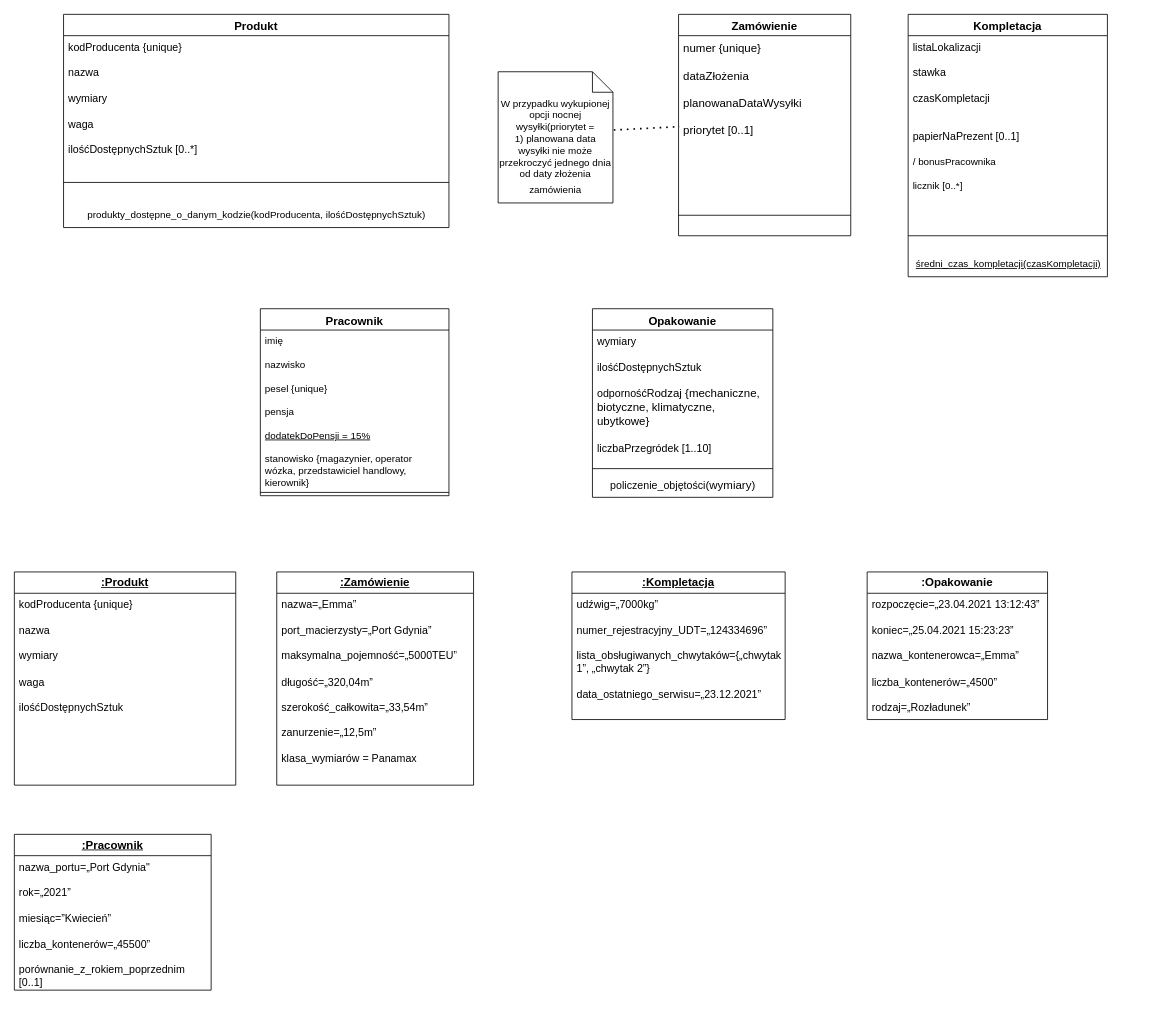
mateusz-nowacki/uml-projects keeps this draw.io diagram as pri_dk_nowacki_mateuszs26264.drawio. Above is the earlier version. Source tidied: cells renumbered, new cells numbered last; positions are measured from the earlier drawing's top-left corner, leaving out a move shared by most shapes. Both pictures are drawn from the tidied source at 82%, with x=0, y=0 at pixel (14, 14).
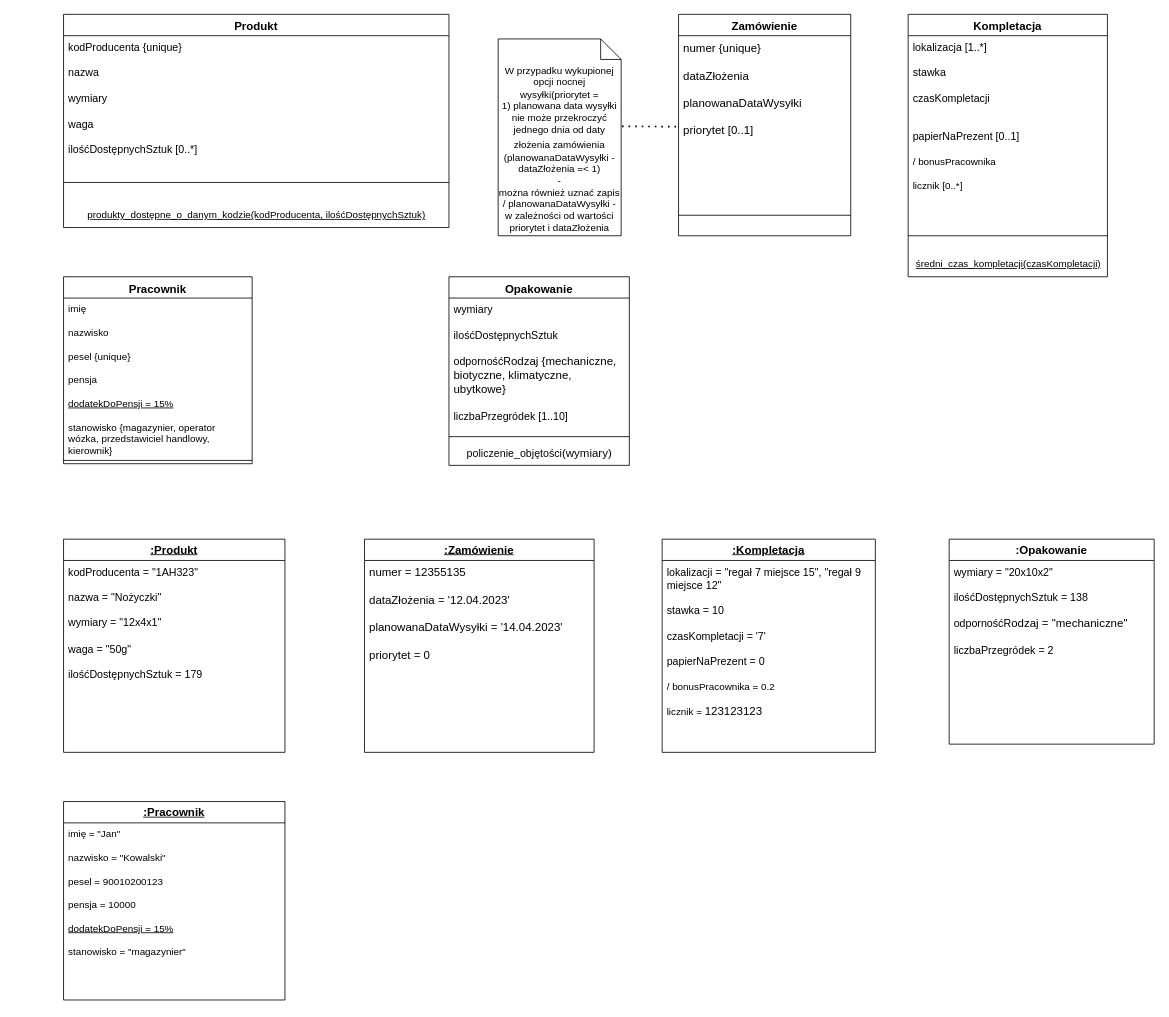
Above is the later version.

Unchanged cells that the change refers to:
```xml
<mxCell id="8" value="&lt;font style=&quot;font-size: 14px;&quot;&gt;Produkt&lt;/font&gt;" style="swimlane;fontStyle=1;align=center;verticalAlign=top;horizontal=1;startSize=26;whiteSpace=wrap;html=1;" parent="1" vertex="1">
  <mxGeometry x="60" width="470" height="260" as="geometry" />
</mxCell>
<mxCell id="12" value="&lt;span style=&quot;font-size: 14px;&quot;&gt;Kompletacja&lt;/span&gt;" style="swimlane;fontStyle=1;align=center;verticalAlign=top;horizontal=1;startSize=26;whiteSpace=wrap;html=1;" parent="1" vertex="1">
  <mxGeometry x="1090" width="243" height="320" as="geometry" />
</mxCell>
```

The edit, as a diff of the source:
```diff
@@
     <mxCell id="2" value="&lt;font style=&quot;font-size: 14px;&quot;&gt;Pracownik&lt;/font&gt;" style="swimlane;fontStyle=1;align=center;verticalAlign=top;horizontal=1;startSize=26;whiteSpace=wrap;html=1;" parent="1" vertex="1">
-      <mxGeometry x="300" y="359" width="230" height="228" as="geometry" />
+      <mxGeometry x="60" y="320" width="230" height="228" as="geometry" />
     </mxCell>
@@
-    <mxCell id="11" value="produkty_dostępne_o_danym_kodzie(kodProducenta, ilośćDostępnychSztuk)" style="text;html=1;align=center;verticalAlign=middle;strokeColor=none;fillColor=none;" parent="8" vertex="1">
+    <mxCell id="11" value="&lt;u&gt;produkty_dostępne_o_danym_kodzie(kodProducenta, ilośćDostępnychSztuk)&lt;/u&gt;" style="text;html=1;align=center;verticalAlign=middle;strokeColor=none;fillColor=none;" parent="8" vertex="1">
       <mxGeometry y="230" width="470" height="30" as="geometry" />
     </mxCell>
@@
-    <mxCell id="13" value="&lt;font style=&quot;font-size: 13px;&quot;&gt;listaLokalizacji&lt;/font&gt;&lt;div&gt;&lt;font style=&quot;font-size: 13px;&quot;&gt;&lt;br&gt;stawka&amp;nbsp;&lt;br&gt;&lt;br&gt;&lt;/font&gt;&lt;/div&gt;&lt;div&gt;&lt;font style=&quot;font-size: 13px;&quot;&gt;czasKompletacji&lt;/font&gt;&lt;/div&gt;&lt;div&gt;&lt;font style=&quot;font-size: 13px;&quot;&gt;&lt;br&gt;&lt;br&gt;&lt;/font&gt;&lt;/div&gt;&lt;div&gt;&lt;font style=&quot;font-size: 13px;&quot;&gt;papierNaPrezent [0..1]&lt;br&gt;&lt;br&gt;&lt;/font&gt;&lt;/div&gt;&lt;div&gt;/ bonusPracownika&lt;/div&gt;&lt;div&gt;&lt;br&gt;&lt;/div&gt;&lt;div&gt;licznik [0..*]&lt;/div&gt;" style="text;strokeColor=none;fillColor=none;align=left;verticalAlign=top;spacingLeft=4;spacingRight=4;overflow=hidden;whiteSpace=wrap;html=1;" parent="12" vertex="1">
+    <mxCell id="13" value="&lt;font style=&quot;font-size: 13px;&quot;&gt;lokalizacja [1..*]&lt;/font&gt;&lt;div&gt;&lt;font style=&quot;font-size: 13px;&quot;&gt;&lt;br&gt;stawka&amp;nbsp;&lt;br&gt;&lt;br&gt;&lt;/font&gt;&lt;/div&gt;&lt;div&gt;&lt;font style=&quot;font-size: 13px;&quot;&gt;czasKompletacji&lt;/font&gt;&lt;/div&gt;&lt;div&gt;&lt;font style=&quot;font-size: 13px;&quot;&gt;&lt;br&gt;&lt;br&gt;&lt;/font&gt;&lt;/div&gt;&lt;div&gt;&lt;font style=&quot;font-size: 13px;&quot;&gt;papierNaPrezent [0..1]&lt;br&gt;&lt;br&gt;&lt;/font&gt;&lt;/div&gt;&lt;div&gt;/ bonusPracownika&lt;/div&gt;&lt;div&gt;&lt;br&gt;&lt;/div&gt;&lt;div&gt;licznik [0..*]&lt;/div&gt;" style="text;strokeColor=none;fillColor=none;align=left;verticalAlign=top;spacingLeft=4;spacingRight=4;overflow=hidden;whiteSpace=wrap;html=1;" parent="12" vertex="1">
       <mxGeometry y="26" width="243" height="224" as="geometry" />
     </mxCell>
@@
     <mxCell id="16" value="&lt;font style=&quot;font-size: 14px;&quot;&gt;Opakowanie&lt;/font&gt;" style="swimlane;fontStyle=1;align=center;verticalAlign=top;horizontal=1;startSize=26;whiteSpace=wrap;html=1;" parent="1" vertex="1">
-      <mxGeometry x="705" y="359" width="220" height="230" as="geometry" />
+      <mxGeometry x="530" y="320" width="220" height="230" as="geometry" />
     </mxCell>
@@
     <mxCell id="20" value="&lt;span style=&quot;text-align: left;&quot;&gt;&lt;font style=&quot;font-size: 14px;&quot;&gt;&lt;b&gt;&lt;u&gt;:Produkt&lt;/u&gt;&lt;/b&gt;&lt;/font&gt;&lt;/span&gt;" style="swimlane;fontStyle=0;horizontal=1;startSize=26;fillColor=none;whiteSpace=wrap;html=1;" parent="1" vertex="1">
-      <mxGeometry y="680" width="270" height="260" as="geometry" />
+      <mxGeometry x="60" y="640" width="270" height="260" as="geometry" />
     </mxCell>
-    <mxCell id="21" value="&lt;div style=&quot;font-size: 13px;&quot;&gt;kodProducenta {unique}&lt;br&gt;&lt;br&gt;nazwa&lt;br&gt;&lt;br&gt;wymiary&lt;br&gt;&lt;br&gt;waga&lt;br&gt;&lt;br&gt;&lt;div style=&quot;font-size: 12px;&quot;&gt;&lt;font style=&quot;font-size: 13px;&quot;&gt;ilośćDostępnychSztuk&lt;/font&gt;&lt;/div&gt;&lt;/div&gt;" style="text;strokeColor=none;fillColor=none;align=left;verticalAlign=top;spacingLeft=4;spacingRight=4;overflow=hidden;whiteSpace=wrap;html=1;" parent="20" vertex="1">
+    <mxCell id="21" value="&lt;div style=&quot;font-size: 13px;&quot;&gt;kodProducenta = &quot;1AH323&quot;&lt;br&gt;&lt;br&gt;nazwa = &quot;Nożyczki&quot;&lt;br&gt;&lt;br&gt;wymiary = &quot;12x4x1&quot;&lt;br&gt;&lt;br&gt;waga = &quot;50g&quot;&lt;br&gt;&lt;br&gt;&lt;div style=&quot;font-size: 12px;&quot;&gt;&lt;font style=&quot;font-size: 13px;&quot;&gt;ilośćDostępnychSztuk = 179&lt;/font&gt;&lt;/div&gt;&lt;/div&gt;" style="text;strokeColor=none;fillColor=none;align=left;verticalAlign=top;spacingLeft=4;spacingRight=4;overflow=hidden;whiteSpace=wrap;html=1;" parent="20" vertex="1">
       <mxGeometry y="26" width="270" height="234" as="geometry" />
     </mxCell>
     <mxCell id="22" value="&lt;span style=&quot;text-align: left;&quot;&gt;&lt;font style=&quot;font-size: 14px;&quot;&gt;&lt;b&gt;&lt;u&gt;:Zamówienie&lt;/u&gt;&lt;/b&gt;&lt;/font&gt;&lt;/span&gt;" style="swimlane;fontStyle=0;horizontal=1;startSize=26;fillColor=none;whiteSpace=wrap;html=1;" parent="1" vertex="1">
-      <mxGeometry x="320" y="680" width="240" height="260" as="geometry" />
+      <mxGeometry x="427" y="640" width="280" height="260" as="geometry" />
     </mxCell>
-    <mxCell id="23" value="&lt;font style=&quot;font-size: 13px;&quot;&gt;nazwa=„Emma”&lt;/font&gt;&lt;div&gt;&lt;font style=&quot;font-size: 13px;&quot;&gt;&lt;br&gt;port_macierzysty=„Port Gdynia”&amp;nbsp;&lt;/font&gt;&lt;/div&gt;&lt;div&gt;&lt;font style=&quot;font-size: 13px;&quot;&gt;&lt;br&gt;maksymalna_pojemność=„5000TEU”&lt;/font&gt;&lt;/div&gt;&lt;div&gt;&lt;font style=&quot;font-size: 13px;&quot;&gt;&lt;br&gt;długość=„320,04m”&lt;/font&gt;&lt;/div&gt;&lt;div&gt;&lt;font style=&quot;font-size: 13px;&quot;&gt;&lt;br&gt;szerokość_całkowita=„33,54m”&lt;/font&gt;&lt;/div&gt;&lt;div&gt;&lt;font style=&quot;font-size: 13px;&quot;&gt;&lt;br&gt;zanurzenie=„12,5m”&lt;/font&gt;&lt;/div&gt;&lt;div&gt;&lt;font style=&quot;font-size: 13px;&quot;&gt;&lt;br&gt;klasa_wymiarów = Panamax&lt;/font&gt;&lt;/div&gt;" style="text;strokeColor=none;fillColor=none;align=left;verticalAlign=top;spacingLeft=4;spacingRight=4;overflow=hidden;whiteSpace=wrap;html=1;" parent="22" vertex="1">
-      <mxGeometry y="26" width="240" height="234" as="geometry" />
+    <mxCell id="23" value="&lt;font style=&quot;font-size: 14px;&quot;&gt;numer = 12355135&lt;br&gt;&lt;br&gt;dataZłożenia = '12.04.2023'&lt;br&gt;&lt;br&gt;planowanaDataWysyłki = '14.04.2023'&lt;/font&gt;&lt;div&gt;&lt;font style=&quot;font-size: 14px;&quot;&gt;&lt;br&gt;&lt;/font&gt;&lt;/div&gt;&lt;div&gt;&lt;font style=&quot;font-size: 14px;&quot;&gt;priorytet = 0&lt;/font&gt;&lt;/div&gt;" style="text;strokeColor=none;fillColor=none;align=left;verticalAlign=top;spacingLeft=4;spacingRight=4;overflow=hidden;whiteSpace=wrap;html=1;" parent="22" vertex="1">
+      <mxGeometry y="26" width="280" height="234" as="geometry" />
     </mxCell>
     <mxCell id="24" value="&lt;span style=&quot;font-size: 14px; text-align: left;&quot;&gt;&lt;b&gt;&lt;u&gt;:Kompletacja&lt;/u&gt;&lt;/b&gt;&lt;/span&gt;" style="swimlane;fontStyle=0;horizontal=1;startSize=26;fillColor=none;whiteSpace=wrap;html=1;" parent="1" vertex="1">
-      <mxGeometry x="680" y="680" width="260" height="180" as="geometry" />
+      <mxGeometry x="790" y="640" width="260" height="260" as="geometry" />
     </mxCell>
-    <mxCell id="25" value="&lt;font style=&quot;font-size: 13px;&quot;&gt;udźwig=„7000kg”&lt;/font&gt;&lt;div&gt;&lt;font style=&quot;font-size: 13px;&quot;&gt;&lt;br&gt;numer_rejestracyjny_UDT=„124334696”&lt;/font&gt;&lt;/div&gt;&lt;div&gt;&lt;font style=&quot;font-size: 13px;&quot;&gt;&lt;br&gt;lista_obsługiwanych_chwytaków={„chwytak 1”, „chwytak 2”}&lt;/font&gt;&lt;/div&gt;&lt;div&gt;&lt;font style=&quot;font-size: 13px;&quot;&gt;&lt;br&gt;data_ostatniego_serwisu=„23.12.2021”&lt;/font&gt;&lt;/div&gt;" style="text;strokeColor=none;fillColor=none;align=left;verticalAlign=top;spacingLeft=4;spacingRight=4;overflow=hidden;whiteSpace=wrap;html=1;" parent="24" vertex="1">
-      <mxGeometry y="26" width="260" height="154" as="geometry" />
+    <mxCell id="25" value="&lt;font style=&quot;font-size: 13px;&quot;&gt;lokalizacji = &quot;regał 7 miejsce 15&quot;,&amp;nbsp;&lt;/font&gt;&lt;span style=&quot;font-size: 13px;&quot;&gt;&quot;regał 9 miejsce 12&quot;&lt;/span&gt;&lt;div&gt;&lt;font style=&quot;font-size: 13px;&quot;&gt;&lt;br&gt;stawka = 10&lt;br&gt;&lt;br&gt;&lt;/font&gt;&lt;/div&gt;&lt;div&gt;&lt;font style=&quot;font-size: 13px;&quot;&gt;czasKompletacji = '7'&lt;/font&gt;&lt;/div&gt;&lt;div&gt;&lt;font style=&quot;font-size: 13px;&quot;&gt;&lt;br&gt;&lt;/font&gt;&lt;/div&gt;&lt;div&gt;&lt;font style=&quot;font-size: 13px;&quot;&gt;papierNaPrezent = 0&lt;br&gt;&lt;br&gt;&lt;/font&gt;&lt;/div&gt;&lt;div&gt;/ bonusPracownika = 0.2&lt;/div&gt;&lt;div&gt;&lt;br&gt;&lt;/div&gt;&lt;div&gt;licznik =&amp;nbsp;&lt;span style=&quot;font-size: 14px;&quot;&gt;123123123&lt;/span&gt;&lt;/div&gt;" style="text;strokeColor=none;fillColor=none;align=left;verticalAlign=top;spacingLeft=4;spacingRight=4;overflow=hidden;whiteSpace=wrap;html=1;" parent="24" vertex="1">
+      <mxGeometry y="26" width="260" height="234" as="geometry" />
     </mxCell>
     <mxCell id="26" value="&lt;span style=&quot;font-size: 14px; text-align: left;&quot;&gt;&lt;b&gt;&lt;u&gt;:Pracownik&lt;/u&gt;&lt;/b&gt;&lt;/span&gt;" style="swimlane;fontStyle=0;horizontal=1;startSize=26;fillColor=none;whiteSpace=wrap;html=1;" parent="1" vertex="1">
-      <mxGeometry y="1000" width="240" height="190" as="geometry" />
+      <mxGeometry x="60" y="960" width="270" height="242" as="geometry" />
     </mxCell>
-    <mxCell id="27" value="&lt;font style=&quot;font-size: 13px;&quot;&gt;nazwa_portu=„Port Gdynia&quot;&lt;/font&gt;&lt;div&gt;&lt;font style=&quot;font-size: 13px;&quot;&gt;&lt;br&gt;rok=„2021”&lt;/font&gt;&lt;/div&gt;&lt;div&gt;&lt;font style=&quot;font-size: 13px;&quot;&gt;&amp;nbsp;&lt;br&gt;miesiąc=”Kwiecień”&lt;/font&gt;&lt;/div&gt;&lt;div&gt;&lt;font style=&quot;font-size: 13px;&quot;&gt;&lt;br&gt;liczba_kontenerów=„45500”&lt;/font&gt;&lt;/div&gt;&lt;div&gt;&lt;font style=&quot;font-size: 13px;&quot;&gt;&lt;br&gt;porównanie_z_rokiem_poprzednim [0..1]&lt;/font&gt;&lt;/div&gt;" style="text;strokeColor=none;fillColor=none;align=left;verticalAlign=top;spacingLeft=4;spacingRight=4;overflow=hidden;whiteSpace=wrap;html=1;" parent="26" vertex="1">
-      <mxGeometry y="26" width="240" height="164" as="geometry" />
+    <mxCell id="27" value="imię = &quot;Jan&quot;&lt;div&gt;&lt;br&gt;&lt;/div&gt;&lt;div&gt;nazwisko = &quot;Kowalski&quot;&lt;/div&gt;&lt;div&gt;&lt;br&gt;&lt;/div&gt;&lt;div&gt;pesel = 90010200123&lt;/div&gt;&lt;div&gt;&lt;br&gt;&lt;/div&gt;&lt;div&gt;pensja = 10000&lt;/div&gt;&lt;div&gt;&lt;br&gt;&lt;/div&gt;&lt;div&gt;&lt;u&gt;dodatekDoPensji = 15%&lt;/u&gt;&lt;/div&gt;&lt;div&gt;&lt;u&gt;&lt;br&gt;&lt;/u&gt;&lt;/div&gt;&lt;div&gt;stanowisko = &quot;magazynier&quot;&lt;/div&gt;&lt;div&gt;&amp;nbsp;&lt;/div&gt;&lt;div&gt;&lt;br&gt;&lt;/div&gt;" style="text;strokeColor=none;fillColor=none;align=left;verticalAlign=top;spacingLeft=4;spacingRight=4;overflow=hidden;whiteSpace=wrap;html=1;" parent="26" vertex="1">
+      <mxGeometry y="26" width="270" height="216" as="geometry" />
     </mxCell>
     <mxCell id="28" value="&lt;span style=&quot;text-align: left; font-size: 14px;&quot;&gt;&lt;b&gt;&lt;font style=&quot;font-size: 14px;&quot;&gt;:Opakowanie&lt;/font&gt;&lt;/b&gt;&lt;/span&gt;" style="swimlane;fontStyle=0;horizontal=1;startSize=26;fillColor=none;whiteSpace=wrap;html=1;" parent="1" vertex="1">
-      <mxGeometry x="1040" y="680" width="220" height="180" as="geometry" />
+      <mxGeometry x="1140" y="640" width="250" height="250" as="geometry" />
     </mxCell>
-    <mxCell id="29" value="&lt;font style=&quot;font-size: 13px;&quot;&gt;rozpoczęcie=„23.04.2021 13:12:43”&lt;/font&gt;&lt;div&gt;&lt;font style=&quot;font-size: 13px;&quot;&gt;&lt;br&gt;koniec=„25.04.2021 15:23:23”&lt;/font&gt;&lt;/div&gt;&lt;div&gt;&lt;font style=&quot;font-size: 13px;&quot;&gt;&amp;nbsp;&lt;br&gt;nazwa_kontenerowca=„Emma”&amp;nbsp;&lt;/font&gt;&lt;/div&gt;&lt;div&gt;&lt;font style=&quot;font-size: 13px;&quot;&gt;&lt;br&gt;liczba_kontenerów=„4500”&lt;/font&gt;&lt;/div&gt;&lt;div&gt;&lt;font style=&quot;font-size: 13px;&quot;&gt;&lt;br&gt;rodzaj=„Rozładunek”&lt;/font&gt;&lt;br&gt;&lt;/div&gt;" style="text;strokeColor=none;fillColor=none;align=left;verticalAlign=top;spacingLeft=4;spacingRight=4;overflow=hidden;whiteSpace=wrap;html=1;" parent="28" vertex="1">
-      <mxGeometry y="26" width="220" height="154" as="geometry" />
+    <mxCell id="29" value="&lt;div&gt;&lt;font size=&quot;2&quot;&gt;wymiary = &quot;20x10x2&quot;&lt;/font&gt;&lt;br&gt;&lt;div&gt;&lt;font style=&quot;font-size: 13px;&quot;&gt;&lt;br&gt;ilośćDostępnychSztuk = 138&lt;/font&gt;&lt;/div&gt;&lt;div&gt;&lt;font style=&quot;font-size: 13px;&quot;&gt;&lt;br&gt;odpornośćR&lt;/font&gt;&lt;span style=&quot;font-size: 14px;&quot;&gt;odzaj = &quot;mechaniczne&quot;&lt;/span&gt;&lt;/div&gt;&lt;div&gt;&lt;span style=&quot;font-size: 14px;&quot;&gt;&lt;br&gt;&lt;/span&gt;&lt;/div&gt;&lt;div&gt;&lt;font style=&quot;font-size: 13px;&quot;&gt;liczbaPrzegródek = 2&lt;/font&gt;&lt;/div&gt;&lt;/div&gt;" style="text;strokeColor=none;fillColor=none;align=left;verticalAlign=top;spacingLeft=4;spacingRight=4;overflow=hidden;whiteSpace=wrap;html=1;" parent="28" vertex="1">
+      <mxGeometry y="26" width="250" height="224" as="geometry" />
     </mxCell>
-    <mxCell id="30" value="W przypadku wykupionej opcji nocnej wysyłki(priorytet = 1)&amp;nbsp;&lt;span style=&quot;text-align: start;&quot;&gt;&lt;font style=&quot;font-size: 12px;&quot;&gt;planowana data wysyłki nie może przekroczyć jednego dnia od daty złożenia zamówienia&lt;/font&gt;&lt;/span&gt;&lt;span style=&quot;font-family: -webkit-standard; font-size: medium; text-align: start;&quot;&gt;&lt;/span&gt;" style="shape=note2;boundedLbl=1;whiteSpace=wrap;html=1;size=25;verticalAlign=top;align=center;" parent="1" vertex="1">
-      <mxGeometry x="590" y="70" width="140" height="160" as="geometry" />
+    <mxCell id="30" value="W przypadku wykupionej opcji nocnej wysyłki(priorytet = 1)&amp;nbsp;&lt;span style=&quot;text-align: start;&quot;&gt;&lt;font style=&quot;font-size: 12px;&quot;&gt;planowana data wysyłki nie może przekroczyć jednego dnia od daty złożenia zamówienia&lt;/font&gt;&lt;/span&gt;&lt;span style=&quot;font-family: -webkit-standard; font-size: medium; text-align: start;&quot;&gt;&lt;/span&gt;&lt;div&gt;&lt;span style=&quot;text-align: start;&quot;&gt;&lt;font style=&quot;font-size: 12px;&quot;&gt;(planowanaDataWysyłki - dataZłożenia =&amp;lt; 1)&lt;/font&gt;&lt;/span&gt;&lt;/div&gt;&lt;div&gt;&lt;span style=&quot;text-align: start;&quot;&gt;&lt;font style=&quot;font-size: 12px;&quot;&gt;-&lt;/font&gt;&lt;/span&gt;&lt;/div&gt;&lt;div&gt;&lt;span style=&quot;text-align: start;&quot;&gt;&lt;font style=&quot;font-size: 12px;&quot;&gt;można również uznać zapis / planowanaDataWysyłki - w zależności od wartości priorytet i dataZłożenia&lt;/font&gt;&lt;/span&gt;&lt;/div&gt;" style="shape=note2;boundedLbl=1;whiteSpace=wrap;html=1;size=25;verticalAlign=top;align=center;" parent="1" vertex="1">
+      <mxGeometry x="590" y="30" width="150" height="240" as="geometry" />
     </mxCell>
```
